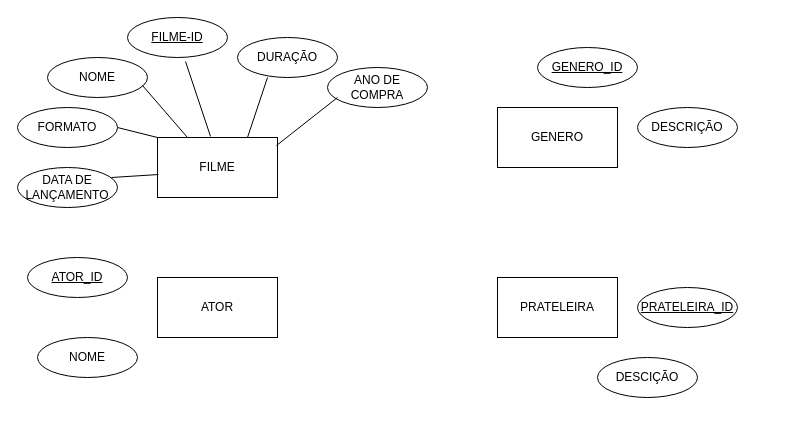
LaraaMagalhaes/Dev-web-exercicios keeps this draw.io diagram as DER.drawio. Above is the earlier version. Source tidied: cells renumbered, new cells numbered last; positions are measured from the earlier drawing's top-left corner, leaving out a move shared by most shapes. Both pictures are drawn from the tidied source at 100%, with x=0, y=0 at pixel (17, 17).
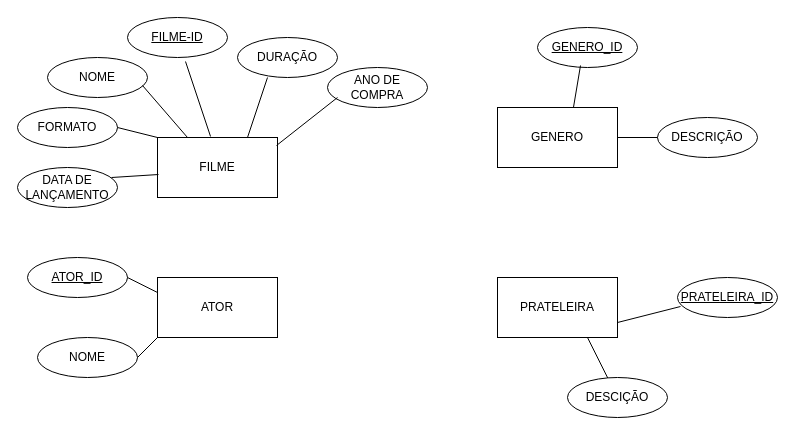
Above is the later version.

Unchanged cells that the change refers to:
```xml
<mxCell id="3" value="GENERO" style="rounded=0;whiteSpace=wrap;html=1;" parent="1" vertex="1">
  <mxGeometry x="480" y="90" width="120" height="60" as="geometry" />
</mxCell>
<mxCell id="4" value="ATOR" style="rounded=0;whiteSpace=wrap;html=1;" parent="1" vertex="1">
  <mxGeometry x="140" y="260" width="120" height="60" as="geometry" />
</mxCell>
<mxCell id="5" value="PRATELEIRA" style="rounded=0;whiteSpace=wrap;html=1;" parent="1" vertex="1">
  <mxGeometry x="480" y="260" width="120" height="60" as="geometry" />
</mxCell>
<mxCell id="14" value="ATOR_ID" style="ellipse;whiteSpace=wrap;html=1;align=center;fontStyle=4;" parent="1" vertex="1">
  <mxGeometry x="10" y="240" width="100" height="40" as="geometry" />
</mxCell>
```

What changed in the source:
```diff
@@
     <mxCell id="12" value="GENERO_ID" style="ellipse;whiteSpace=wrap;html=1;align=center;fontStyle=4;" parent="1" vertex="1">
-      <mxGeometry x="520" y="30" width="100" height="40" as="geometry" />
+      <mxGeometry x="520" y="10" width="100" height="40" as="geometry" />
     </mxCell>
     <mxCell id="13" value="DESCRIÇÃO" style="ellipse;whiteSpace=wrap;html=1;align=center;" parent="1" vertex="1">
-      <mxGeometry x="620" y="90" width="100" height="40" as="geometry" />
+      <mxGeometry x="640" y="100" width="100" height="40" as="geometry" />
     </mxCell>
@@
     <mxCell id="16" value="DESCIÇÃO" style="ellipse;whiteSpace=wrap;html=1;align=center;" parent="1" vertex="1">
-      <mxGeometry x="580" y="340" width="100" height="40" as="geometry" />
+      <mxGeometry x="550" y="360" width="100" height="40" as="geometry" />
     </mxCell>
     <mxCell id="17" value="PRATELEIRA_ID" style="ellipse;whiteSpace=wrap;html=1;align=center;fontStyle=4;" parent="1" vertex="1">
-      <mxGeometry x="620" y="270" width="100" height="40" as="geometry" />
+      <mxGeometry x="660" y="260" width="100" height="40" as="geometry" />
     </mxCell>
@@
+    <mxCell id="24" style="endArrow=none;html=1;rounded=0;entryX=0;entryY=1;entryDx=0;entryDy=0;" parent="1" edge="1" target="4">
+      <mxGeometry relative="1" as="geometry">
+        <mxPoint x="120" y="340" as="sourcePoint" />
+      </mxGeometry>
+    </mxCell>
+    <mxCell id="25" style="endArrow=none;html=1;rounded=0;exitX=1;exitY=0.5;exitDx=0;exitDy=0;entryX=0;entryY=0.25;entryDx=0;entryDy=0;" parent="1" edge="1" source="14" target="4">
+      <mxGeometry relative="1" as="geometry" />
+    </mxCell>
+    <mxCell id="26" style="endArrow=none;html=1;rounded=0;" parent="1" edge="1" source="16">
+      <mxGeometry relative="1" as="geometry">
+        <mxPoint x="570" y="320" as="targetPoint" />
+      </mxGeometry>
+    </mxCell>
+    <mxCell id="27" style="endArrow=none;html=1;rounded=0;exitX=1;exitY=0.75;exitDx=0;exitDy=0;entryX=0.03;entryY=0.725;entryDx=0;entryDy=0;entryPerimeter=0;" parent="1" edge="1" source="5" target="17">
+      <mxGeometry relative="1" as="geometry" />
+    </mxCell>
+    <mxCell id="28" style="endArrow=none;html=1;rounded=0;exitX=0.633;exitY=0;exitDx=0;exitDy=0;exitPerimeter=0;entryX=0.43;entryY=0.95;entryDx=0;entryDy=0;entryPerimeter=0;" parent="1" edge="1" source="3" target="12">
+      <mxGeometry relative="1" as="geometry" />
+    </mxCell>
+    <mxCell id="29" style="endArrow=none;html=1;rounded=0;exitX=1;exitY=0.5;exitDx=0;exitDy=0;entryX=0;entryY=0.5;entryDx=0;entryDy=0;" parent="1" edge="1" source="3" target="13">
+      <mxGeometry relative="1" as="geometry" />
+    </mxCell>
```
